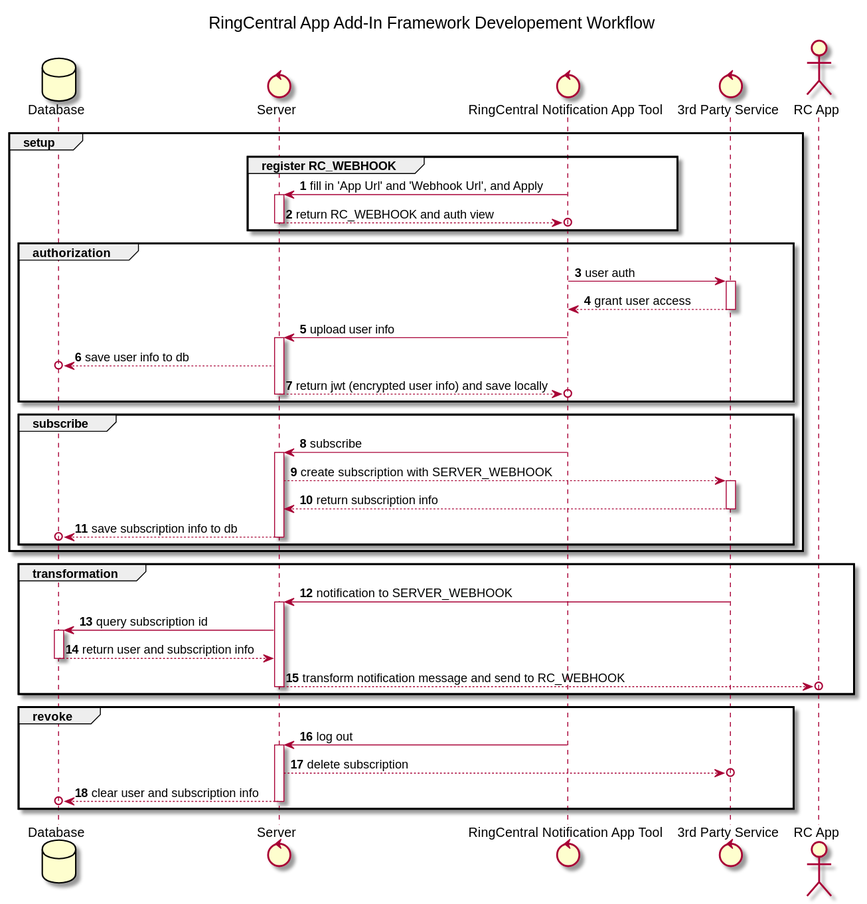
The PlantUML diagram template/[OAuth]diagram/flow.svg in ringcentral/ringcentral-add-in-framework-js, before a commit.
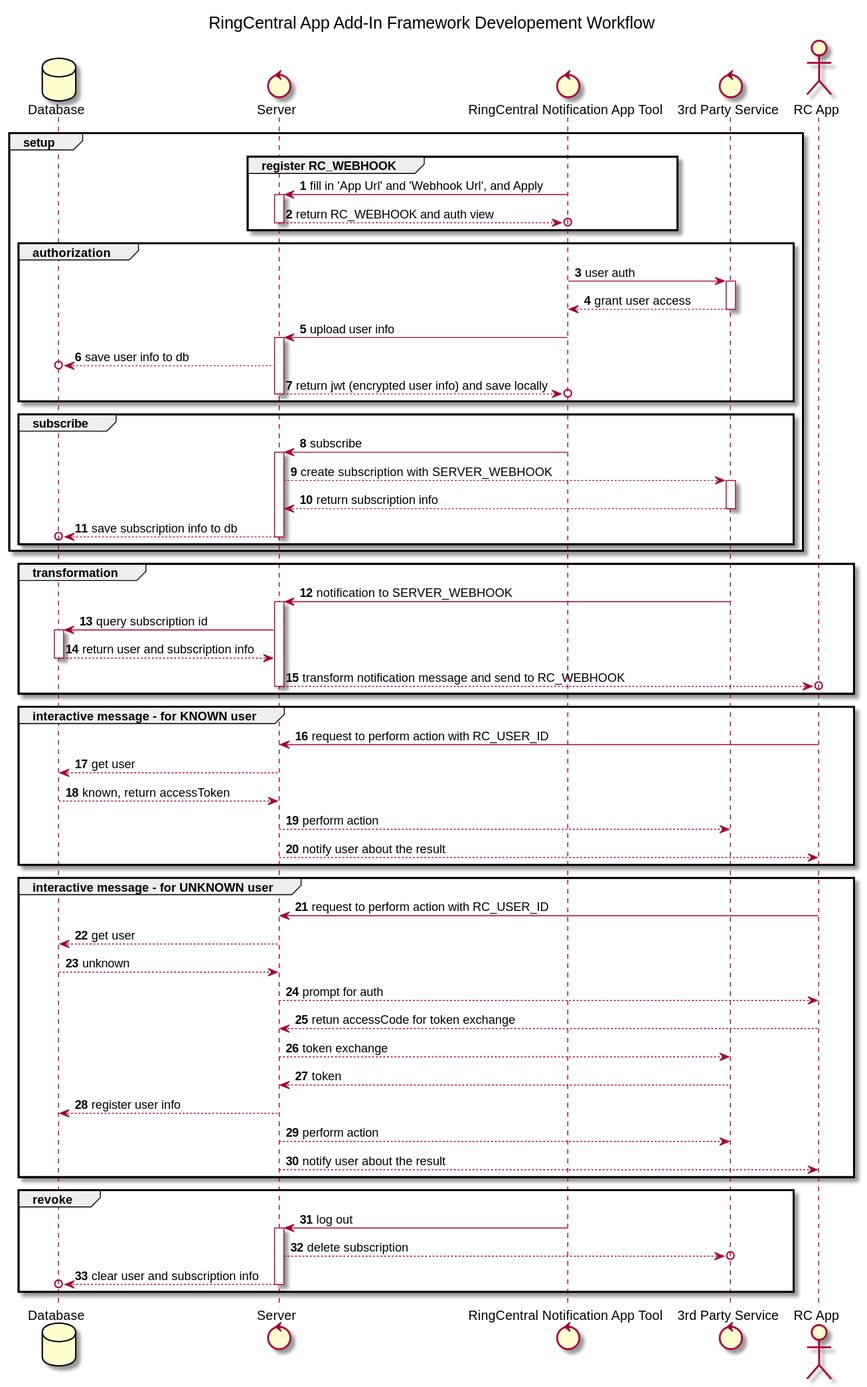
After the commit.

What changed in the source:
```diff
@@ -54,6 +54,27 @@
     deactivate SERVER
 end
 
+group interactive message - for KNOWN user
+    RC -> SERVER: request to perform action with RC_USER_ID
+    SERVER --> DB: get user
+    DB --> SERVER: known, return accessToken
+    SERVER --> T: perform action
+    SERVER --> RC: notify user about the result
+end
+
+group interactive message - for UNKNOWN user
+    RC -> SERVER: request to perform action with RC_USER_ID
+    SERVER --> DB: get user
+    DB --> SERVER: unknown
+    SERVER --> RC: prompt for auth
+    RC --> SERVER: retun accessCode for token exchange
+    SERVER --> T: token exchange
+    T --> SERVER: token
+    SERVER --> DB: register user info
+    SERVER --> T: perform action
+    SERVER --> RC: notify user about the result
+end
+
 group revoke
     G -> SERVER: log out
     activate SERVER
```
